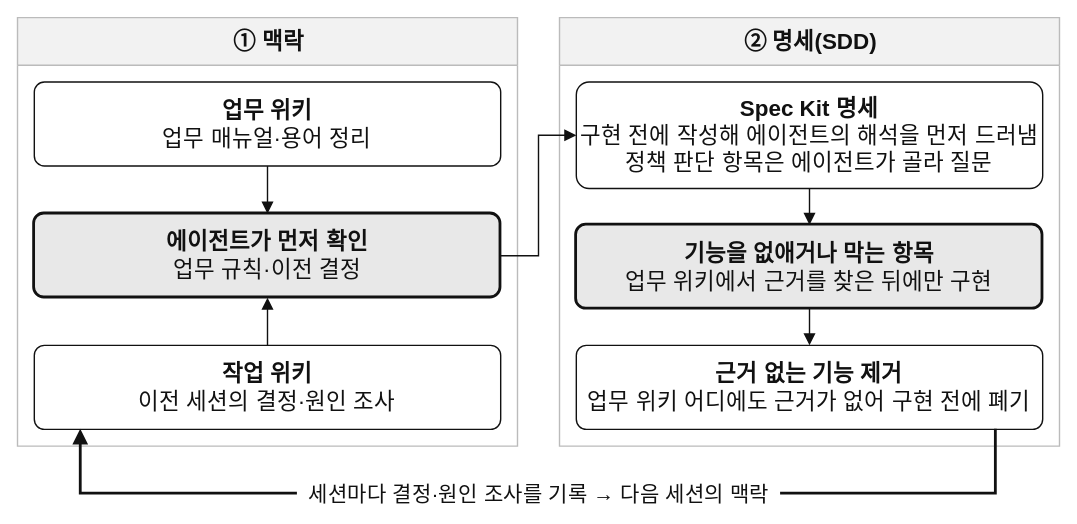
The draw.io diagram public/diagrams/ai-agent-guardrails.drawio.svg in reasonjun/portfolio, before a commit. Source tidied: cells renumbered, new cells last; positions are measured from the earlier drawing's top-left corner, leaving out a move shared by most shapes. Its diagram source:
```xml
<mxGraphModel background="#FFFFFF">
  <root>
    <mxCell id="0" />
    <mxCell id="1" parent="0" />
    <mxCell id="2" value="&lt;b&gt;① 맥락&lt;/b&gt;" style="swimlane;startSize=34;html=1;fontSize=16;fontColor=#111111;strokeColor=#BBBBBB;fillColor=#F2F2F2;swimlaneFillColor=#FFFFFF;rounded=0;" parent="1" vertex="1">
      <mxGeometry width="357" height="306" as="geometry" />
    </mxCell>
    <mxCell id="3" value="&lt;b&gt;업무 위키&lt;/b&gt;&lt;br&gt;업무 매뉴얼·용어 정리" style="rounded=1;whiteSpace=wrap;html=1;fontSize=16;fontColor=#111111;strokeColor=#111111;fillColor=#FFFFFF;arcSize=12;" parent="1" vertex="1">
      <mxGeometry x="12" y="46" width="333" height="60" as="geometry" />
    </mxCell>
    <mxCell id="4" value="&lt;b&gt;에이전트가 먼저 확인&lt;/b&gt;&lt;br&gt;업무 규칙·이전 결정" style="rounded=1;whiteSpace=wrap;html=1;fontSize=16;fontColor=#111111;strokeColor=#111111;strokeWidth=2;fillColor=#E8E8E8;arcSize=12;" parent="1" vertex="1">
      <mxGeometry x="12" y="140" width="333" height="60" as="geometry" />
    </mxCell>
    <mxCell id="5" value="&lt;b&gt;작업 위키&lt;/b&gt;&lt;br&gt;이전 세션의 결정·원인 조사" style="rounded=1;whiteSpace=wrap;html=1;fontSize=16;fontColor=#111111;strokeColor=#111111;fillColor=#FFFFFF;arcSize=12;" parent="1" vertex="1">
      <mxGeometry x="12" y="234" width="333" height="60" as="geometry" />
    </mxCell>
    <mxCell id="6" value="&lt;b&gt;② 명세(SDD)&lt;/b&gt;" style="swimlane;startSize=34;html=1;fontSize=16;fontColor=#111111;strokeColor=#BBBBBB;fillColor=#F2F2F2;swimlaneFillColor=#FFFFFF;rounded=0;" parent="1" vertex="1">
      <mxGeometry x="387" width="357" height="306" as="geometry" />
    </mxCell>
    <mxCell id="7" value="&lt;b&gt;Spec Kit 명세&lt;/b&gt;&lt;br&gt;구현 전에 작성해 에이전트의 해석을 먼저 드러냄&lt;br&gt;정책 판단 항목은 에이전트가 골라 질문" style="rounded=1;whiteSpace=wrap;html=1;fontSize=16;fontColor=#111111;strokeColor=#111111;fillColor=#FFFFFF;arcSize=12;" parent="1" vertex="1">
      <mxGeometry x="399" y="46" width="333" height="76" as="geometry" />
    </mxCell>
    <mxCell id="8" value="&lt;b&gt;기능을 없애거나 막는 항목&lt;/b&gt;&lt;br&gt;업무 위키에서 근거를 찾은 뒤에만 구현" style="rounded=1;whiteSpace=wrap;html=1;fontSize=16;fontColor=#111111;strokeColor=#111111;strokeWidth=2;fillColor=#E8E8E8;arcSize=12;" parent="1" vertex="1">
      <mxGeometry x="399" y="148" width="333" height="60" as="geometry" />
    </mxCell>
    <mxCell id="9" value="&lt;b&gt;근거 없는 기능 제거&lt;/b&gt;&lt;br&gt;업무 위키 어디에도 근거가 없어 구현 전에 폐기" style="rounded=1;whiteSpace=wrap;html=1;fontSize=16;fontColor=#111111;strokeColor=#111111;fillColor=#FFFFFF;arcSize=12;" parent="1" vertex="1">
      <mxGeometry x="399" y="234" width="333" height="60" as="geometry" />
    </mxCell>
    <mxCell id="10" style="endArrow=block;endFill=1;html=1;strokeColor=#111111;edgeStyle=orthogonalEdgeStyle;rounded=0;" parent="1" edge="1" source="3" target="4">
      <mxGeometry relative="1" as="geometry" />
    </mxCell>
    <mxCell id="11" style="endArrow=block;endFill=1;html=1;strokeColor=#111111;edgeStyle=orthogonalEdgeStyle;rounded=0;" parent="1" edge="1" source="5" target="4">
      <mxGeometry relative="1" as="geometry" />
    </mxCell>
    <mxCell id="12" style="endArrow=block;endFill=1;html=1;strokeColor=#111111;edgeStyle=orthogonalEdgeStyle;rounded=0;exitX=1;exitY=0.5;entryX=0;entryY=0.5;" parent="1" edge="1" source="4" target="7">
      <mxGeometry relative="1" as="geometry" />
    </mxCell>
    <mxCell id="13" style="endArrow=block;endFill=1;html=1;strokeColor=#111111;edgeStyle=orthogonalEdgeStyle;rounded=0;" parent="1" edge="1" source="7" target="8">
      <mxGeometry relative="1" as="geometry" />
    </mxCell>
    <mxCell id="14" style="endArrow=block;endFill=1;html=1;strokeColor=#111111;edgeStyle=orthogonalEdgeStyle;rounded=0;" parent="1" edge="1" source="8" target="9">
      <mxGeometry relative="1" as="geometry" />
    </mxCell>
    <mxCell id="15" value="&amp;nbsp;&amp;nbsp;세션마다 결정·원인 조사를 기록 → 다음 세션의 맥락&amp;nbsp;&amp;nbsp;" style="endArrow=block;endFill=1;html=1;strokeColor=#111111;strokeWidth=2;fontColor=#111111;fontSize=15;labelBackgroundColor=#FFFFFF;edgeStyle=orthogonalEdgeStyle;rounded=0;exitX=0.9;exitY=1;entryX=0.1;entryY=1;" parent="1" edge="1" source="9" target="5">
      <mxGeometry relative="1" as="geometry">
        <Array as="points">
          <mxPoint x="698.7" y="340" />
          <mxPoint x="45.3" y="340" />
        </Array>
      </mxGeometry>
    </mxCell>
  </root>
</mxGraphModel>
```
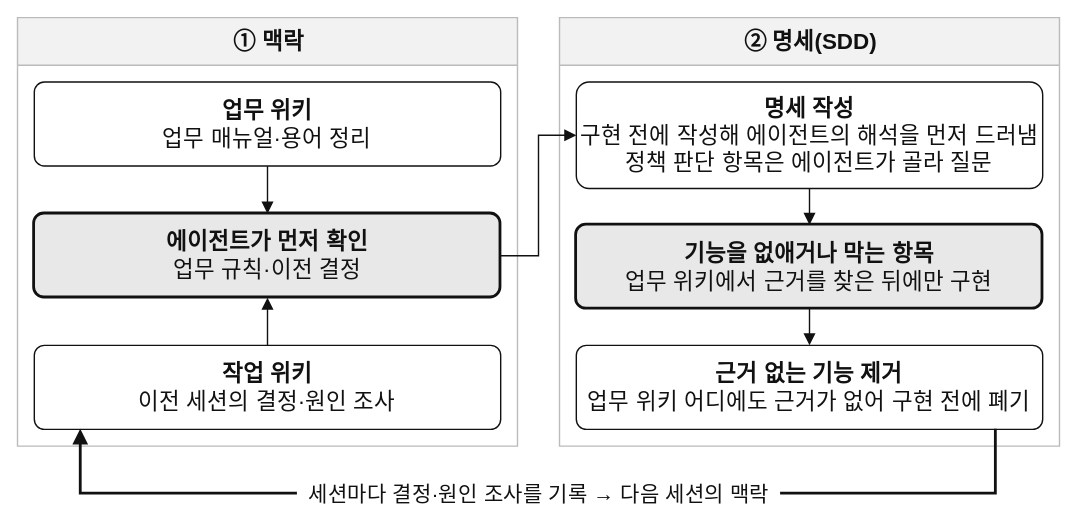
The same file after the commit.

Diff of the diagram source:
```diff
@@ -17,7 +17,7 @@
     <mxCell id="6" value="&lt;b&gt;② 명세(SDD)&lt;/b&gt;" style="swimlane;startSize=34;html=1;fontSize=16;fontColor=#111111;strokeColor=#BBBBBB;fillColor=#F2F2F2;swimlaneFillColor=#FFFFFF;rounded=0;" parent="1" vertex="1">
       <mxGeometry x="387" width="357" height="306" as="geometry" />
     </mxCell>
-    <mxCell id="7" value="&lt;b&gt;Spec Kit 명세&lt;/b&gt;&lt;br&gt;구현 전에 작성해 에이전트의 해석을 먼저 드러냄&lt;br&gt;정책 판단 항목은 에이전트가 골라 질문" style="rounded=1;whiteSpace=wrap;html=1;fontSize=16;fontColor=#111111;strokeColor=#111111;fillColor=#FFFFFF;arcSize=12;" parent="1" vertex="1">
+    <mxCell id="7" value="&lt;b&gt;명세 작성&lt;/b&gt;&lt;br&gt;구현 전에 작성해 에이전트의 해석을 먼저 드러냄&lt;br&gt;정책 판단 항목은 에이전트가 골라 질문" style="rounded=1;whiteSpace=wrap;html=1;fontSize=16;fontColor=#111111;strokeColor=#111111;fillColor=#FFFFFF;arcSize=12;" parent="1" vertex="1">
       <mxGeometry x="399" y="46" width="333" height="76" as="geometry" />
     </mxCell>
     <mxCell id="8" value="&lt;b&gt;기능을 없애거나 막는 항목&lt;/b&gt;&lt;br&gt;업무 위키에서 근거를 찾은 뒤에만 구현" style="rounded=1;whiteSpace=wrap;html=1;fontSize=16;fontColor=#111111;strokeColor=#111111;strokeWidth=2;fillColor=#E8E8E8;arcSize=12;" parent="1" vertex="1">
```
